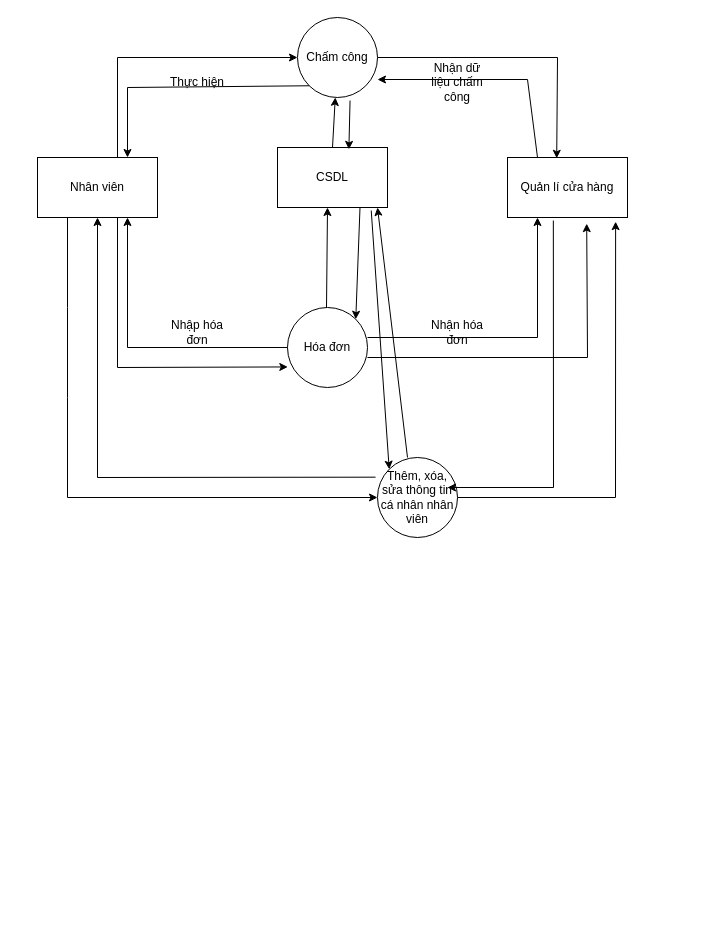
VanTruongPTITHCM2002/DoAnJava keeps this draw.io diagram as Biểu đồ không có tiêu đề.drawio. Above is the earlier version. Source tidied: cells renumbered, new cells numbered last; positions are measured from the earlier drawing's top-left corner, leaving out a move shared by most shapes. Both pictures are drawn from the tidied source at 100%, with x=0, y=0 at pixel (37, 17).
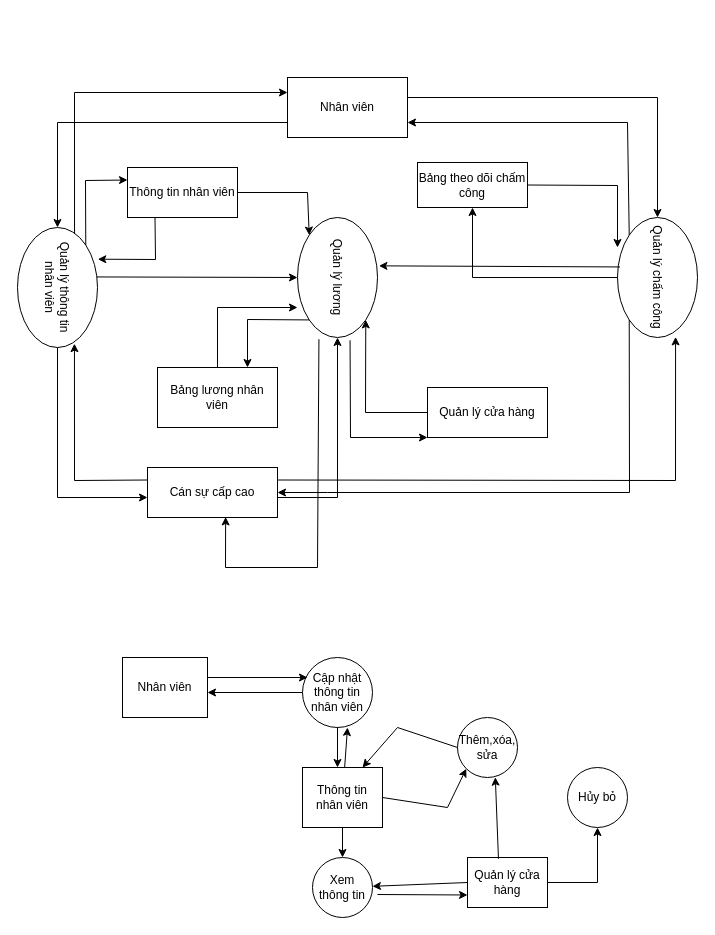
The same page after the edit.

Commit message:
Cập nhật Biểu đồ không có tiêu đề.drawio

What changed in the source:
```diff
@@
-    <mxCell id="2" value="Nhân viên" style="rounded=0;whiteSpace=wrap;html=1;" parent="1" vertex="1">
-      <mxGeometry y="140" width="120" height="60" as="geometry" />
-    </mxCell>
-    <mxCell id="3" value="Quản lí cửa hàng" style="rounded=0;whiteSpace=wrap;html=1;" parent="1" vertex="1">
-      <mxGeometry x="470" y="140" width="120" height="60" as="geometry" />
-    </mxCell>
-    <mxCell id="4" value="Hóa đơn" style="ellipse;whiteSpace=wrap;html=1;" parent="1" vertex="1">
-      <mxGeometry x="250" y="290" width="80" height="80" as="geometry" />
-    </mxCell>
-    <mxCell id="5" style="endArrow=classic;html=1;rounded=0;entryX=0.004;entryY=0.743;entryDx=0;entryDy=0;entryPerimeter=0;" parent="1" edge="1" target="4">
-      <mxGeometry relative="1" as="geometry">
-        <mxPoint x="80" y="200" as="sourcePoint" />
-        <Array as="points">
-          <mxPoint x="80" y="350" />
-        </Array>
-      </mxGeometry>
-    </mxCell>
-    <mxCell id="6" value="Nhập hóa đơn" style="text;html=1;strokeColor=none;fillColor=none;align=center;verticalAlign=middle;whiteSpace=wrap;rounded=0;" parent="1" vertex="1">
-      <mxGeometry x="130" y="300" width="60" height="30" as="geometry" />
-    </mxCell>
-    <mxCell id="7" value="CSDL" style="rounded=0;whiteSpace=wrap;html=1;" parent="1" vertex="1">
-      <mxGeometry x="240" y="130" width="110" height="60" as="geometry" />
-    </mxCell>
-    <mxCell id="8" style="endArrow=classic;html=1;rounded=0;" parent="1" edge="1">
-      <mxGeometry relative="1" as="geometry">
-        <mxPoint x="289" y="290" as="sourcePoint" />
-        <mxPoint x="290" y="190" as="targetPoint" />
-      </mxGeometry>
-    </mxCell>
-    <mxCell id="9" style="endArrow=classic;html=1;rounded=0;entryX=1;entryY=0;entryDx=0;entryDy=0;exitX=0.75;exitY=1;exitDx=0;exitDy=0;" parent="1" edge="1" source="7" target="4">
-      <mxGeometry relative="1" as="geometry" />
-    </mxCell>
-    <mxCell id="10" style="endArrow=classic;html=1;rounded=0;entryX=0.66;entryY=1.102;entryDx=0;entryDy=0;entryPerimeter=0;" parent="1" edge="1" target="3">
-      <mxGeometry relative="1" as="geometry">
-        <mxPoint x="330" y="340" as="sourcePoint" />
-        <Array as="points">
-          <mxPoint x="550" y="340" />
-        </Array>
-      </mxGeometry>
-    </mxCell>
-    <mxCell id="11" value="Nhận hóa đơn" style="text;html=1;strokeColor=none;fillColor=none;align=center;verticalAlign=middle;whiteSpace=wrap;rounded=0;" parent="1" vertex="1">
-      <mxGeometry x="390" y="300" width="60" height="30" as="geometry" />
-    </mxCell>
-    <mxCell id="12" style="endArrow=classic;html=1;rounded=0;entryX=0;entryY=0.5;entryDx=0;entryDy=0;" parent="1" edge="1" target="13">
-      <mxGeometry relative="1" as="geometry">
-        <mxPoint x="80" y="140" as="sourcePoint" />
-        <Array as="points">
-          <mxPoint x="80" y="40" />
-        </Array>
-      </mxGeometry>
-    </mxCell>
-    <mxCell id="13" value="Chấm công" style="ellipse;whiteSpace=wrap;html=1;" parent="1" vertex="1">
-      <mxGeometry x="260" width="80" height="80" as="geometry" />
-    </mxCell>
-    <mxCell id="14" value="Thực hiện" style="text;html=1;strokeColor=none;fillColor=none;align=center;verticalAlign=middle;whiteSpace=wrap;rounded=0;" parent="1" vertex="1">
-      <mxGeometry x="130" y="50" width="60" height="30" as="geometry" />
-    </mxCell>
-    <mxCell id="15" style="endArrow=classic;html=1;rounded=0;exitX=0.657;exitY=1.038;exitDx=0;exitDy=0;exitPerimeter=0;entryX=0.649;entryY=0.031;entryDx=0;entryDy=0;entryPerimeter=0;" parent="1" edge="1" source="13" target="7">
-      <mxGeometry relative="1" as="geometry" />
-    </mxCell>
-    <mxCell id="16" style="endArrow=classic;html=1;rounded=0;exitX=0.5;exitY=0;exitDx=0;exitDy=0;" parent="1" edge="1" source="7" target="13">
-      <mxGeometry relative="1" as="geometry" />
-    </mxCell>
-    <mxCell id="17" style="endArrow=classic;html=1;rounded=0;entryX=0.41;entryY=0.013;entryDx=0;entryDy=0;entryPerimeter=0;exitX=1;exitY=0.5;exitDx=0;exitDy=0;" parent="1" edge="1" source="13" target="3">
-      <mxGeometry relative="1" as="geometry">
-        <Array as="points">
-          <mxPoint x="340" y="40" />
-          <mxPoint x="520" y="40" />
-        </Array>
-      </mxGeometry>
-    </mxCell>
-    <mxCell id="18" value="Nhận dữ liệu chấm công" style="text;html=1;strokeColor=none;fillColor=none;align=center;verticalAlign=middle;whiteSpace=wrap;rounded=0;" parent="1" vertex="1">
-      <mxGeometry x="390" y="50" width="60" height="30" as="geometry" />
-    </mxCell>
-    <mxCell id="19" style="endArrow=classic;html=1;rounded=0;entryX=0;entryY=0.5;entryDx=0;entryDy=0;" parent="1" edge="1" target="22">
-      <mxGeometry relative="1" as="geometry">
-        <mxPoint x="30" y="200" as="sourcePoint" />
-        <Array as="points">
-          <mxPoint x="30" y="290" />
-          <mxPoint x="30" y="380" />
-          <mxPoint x="30" y="480" />
-        </Array>
-      </mxGeometry>
-    </mxCell>
-    <mxCell id="20" style="endArrow=classic;html=1;rounded=0;exitX=0;exitY=0.5;exitDx=0;exitDy=0;entryX=0.75;entryY=1;entryDx=0;entryDy=0;" parent="1" edge="1" source="4" target="2">
-      <mxGeometry relative="1" as="geometry">
-        <Array as="points">
-          <mxPoint x="90" y="330" />
-        </Array>
-      </mxGeometry>
-    </mxCell>
-    <mxCell id="21" style="endArrow=classic;html=1;rounded=0;entryX=0.25;entryY=1;entryDx=0;entryDy=0;" parent="1" edge="1" target="3">
-      <mxGeometry relative="1" as="geometry">
-        <mxPoint x="330" y="320" as="sourcePoint" />
-        <Array as="points">
-          <mxPoint x="500" y="320" />
-        </Array>
-      </mxGeometry>
-    </mxCell>
-    <mxCell id="22" value="Thêm, xóa, sửa thông tin cá nhân nhân viên" style="ellipse;whiteSpace=wrap;html=1;" parent="1" vertex="1">
-      <mxGeometry x="340" y="440" width="80" height="80" as="geometry" />
-    </mxCell>
-    <mxCell id="23" style="endArrow=classic;html=1;rounded=0;" parent="1" edge="1">
-      <mxGeometry relative="1" as="geometry">
-        <mxPoint x="370" y="440" as="sourcePoint" />
-        <mxPoint x="340" y="190" as="targetPoint" />
-      </mxGeometry>
-    </mxCell>
-    <mxCell id="24" style="endArrow=classic;html=1;rounded=0;entryX=0.75;entryY=0;entryDx=0;entryDy=0;exitX=0;exitY=1;exitDx=0;exitDy=0;" parent="1" edge="1" source="13" target="2">
-      <mxGeometry relative="1" as="geometry">
-        <Array as="points">
-          <mxPoint x="90" y="70" />
-        </Array>
-      </mxGeometry>
-    </mxCell>
-    <mxCell id="25" style="endArrow=classic;html=1;rounded=0;exitX=0.25;exitY=0;exitDx=0;exitDy=0;" parent="1" edge="1" source="3">
-      <mxGeometry relative="1" as="geometry">
-        <mxPoint x="340" y="62" as="targetPoint" />
-        <Array as="points">
-          <mxPoint x="490" y="62" />
-        </Array>
-      </mxGeometry>
-    </mxCell>
-    <mxCell id="26" style="endArrow=classic;html=1;rounded=0;exitX=1;exitY=0.5;exitDx=0;exitDy=0;entryX=0.901;entryY=1.069;entryDx=0;entryDy=0;entryPerimeter=0;" parent="1" edge="1" source="22" target="3">
-      <mxGeometry relative="1" as="geometry">
-        <Array as="points">
-          <mxPoint x="578" y="480" />
-        </Array>
-      </mxGeometry>
-    </mxCell>
-    <mxCell id="27" style="endArrow=classic;html=1;rounded=0;exitX=0.852;exitY=1.05;exitDx=0;exitDy=0;exitPerimeter=0;entryX=0;entryY=0;entryDx=0;entryDy=0;" parent="1" edge="1" source="7" target="22">
-      <mxGeometry relative="1" as="geometry" />
-    </mxCell>
-    <mxCell id="28" style="endArrow=classic;html=1;rounded=0;exitX=-0.024;exitY=0.246;exitDx=0;exitDy=0;exitPerimeter=0;entryX=0.5;entryY=1;entryDx=0;entryDy=0;" parent="1" edge="1" source="22" target="2">
-      <mxGeometry relative="1" as="geometry">
-        <Array as="points">
-          <mxPoint x="60" y="460" />
-        </Array>
-      </mxGeometry>
-    </mxCell>
-    <mxCell id="29" style="endArrow=classic;html=1;rounded=0;exitX=0.382;exitY=1.05;exitDx=0;exitDy=0;exitPerimeter=0;entryX=0.875;entryY=0.375;entryDx=0;entryDy=0;entryPerimeter=0;" parent="1" edge="1" source="3" target="22">
-      <mxGeometry relative="1" as="geometry">
-        <Array as="points">
-          <mxPoint x="516" y="470" />
-        </Array>
-      </mxGeometry>
-    </mxCell>
+    <mxCell id="30" value="Nhân viên" style="rounded=0;whiteSpace=wrap;html=1;" parent="1" vertex="1">
+      <mxGeometry x="250" y="60" width="120" height="60" as="geometry" />
+    </mxCell>
+    <mxCell id="31" style="endArrow=classic;html=1;rounded=0;exitX=0;exitY=0.75;exitDx=0;exitDy=0;" parent="1" edge="1" source="30">
+      <mxGeometry relative="1" as="geometry">
+        <mxPoint x="20" y="210" as="targetPoint" />
+        <Array as="points">
+          <mxPoint x="20" y="105" />
+        </Array>
+      </mxGeometry>
+    </mxCell>
+    <mxCell id="32" value="Quản lý thông tin nhân viên" style="ellipse;whiteSpace=wrap;html=1;rotation=90;" parent="1" vertex="1">
+      <mxGeometry x="-40" y="230" width="120" height="80" as="geometry" />
+    </mxCell>
+    <mxCell id="33" style="endArrow=classic;html=1;rounded=0;exitX=1;exitY=0.5;exitDx=0;exitDy=0;" parent="1" edge="1" source="32">
+      <mxGeometry relative="1" as="geometry">
+        <mxPoint x="110" y="480" as="targetPoint" />
+        <Array as="points">
+          <mxPoint x="20" y="480" />
+        </Array>
+      </mxGeometry>
+    </mxCell>
+    <mxCell id="34" value="Cán sự cấp cao" style="rounded=0;whiteSpace=wrap;html=1;" parent="1" vertex="1">
+      <mxGeometry x="110" y="450" width="130" height="50" as="geometry" />
+    </mxCell>
+    <mxCell id="35" value="Quản lý lương" style="ellipse;whiteSpace=wrap;html=1;rotation=90;" parent="1" vertex="1">
+      <mxGeometry x="240" y="220" width="120" height="80" as="geometry" />
+    </mxCell>
+    <mxCell id="36" style="endArrow=classic;html=1;rounded=0;entryX=1;entryY=0.5;entryDx=0;entryDy=0;" parent="1" edge="1" target="35">
+      <mxGeometry relative="1" as="geometry">
+        <mxPoint x="240" y="480" as="sourcePoint" />
+        <Array as="points">
+          <mxPoint x="280" y="480" />
+          <mxPoint x="300" y="480" />
+        </Array>
+      </mxGeometry>
+    </mxCell>
+    <mxCell id="37" style="endArrow=classic;html=1;rounded=0;exitX=0;exitY=0.25;exitDx=0;exitDy=0;entryX=0.968;entryY=0.288;entryDx=0;entryDy=0;entryPerimeter=0;" parent="1" edge="1" source="34" target="32">
+      <mxGeometry relative="1" as="geometry">
+        <Array as="points">
+          <mxPoint x="37" y="463" />
+        </Array>
+      </mxGeometry>
+    </mxCell>
+    <mxCell id="38" style="endArrow=classic;html=1;rounded=0;exitX=0.412;exitY=0.01;exitDx=0;exitDy=0;entryX=0.5;entryY=1;entryDx=0;entryDy=0;exitPerimeter=0;" parent="1" edge="1" source="32" target="35">
+      <mxGeometry relative="1" as="geometry" />
+    </mxCell>
+    <mxCell id="39" value="Thông tin nhân viên" style="rounded=0;whiteSpace=wrap;html=1;" parent="1" vertex="1">
+      <mxGeometry x="90" y="150" width="110" height="50" as="geometry" />
+    </mxCell>
+    <mxCell id="40" style="endArrow=classic;html=1;rounded=0;exitX=0;exitY=0;exitDx=0;exitDy=0;entryX=0;entryY=0.25;entryDx=0;entryDy=0;" parent="1" edge="1" source="32" target="39">
+      <mxGeometry relative="1" as="geometry">
+        <Array as="points">
+          <mxPoint x="48" y="163" />
+        </Array>
+      </mxGeometry>
+    </mxCell>
+    <mxCell id="41" style="endArrow=classic;html=1;rounded=0;exitX=0.25;exitY=1;exitDx=0;exitDy=0;entryX=0.264;entryY=-0.004;entryDx=0;entryDy=0;entryPerimeter=0;" parent="1" edge="1" source="39" target="32">
+      <mxGeometry relative="1" as="geometry">
+        <Array as="points">
+          <mxPoint x="118" y="242" />
+        </Array>
+      </mxGeometry>
+    </mxCell>
+    <mxCell id="42" style="endArrow=classic;html=1;rounded=0;exitX=1;exitY=0.5;exitDx=0;exitDy=0;entryX=0;entryY=1;entryDx=0;entryDy=0;" parent="1" edge="1" source="39" target="35">
+      <mxGeometry relative="1" as="geometry">
+        <Array as="points">
+          <mxPoint x="270" y="175" />
+        </Array>
+      </mxGeometry>
+    </mxCell>
+    <mxCell id="43" style="endArrow=classic;html=1;rounded=0;exitX=0.051;exitY=0.287;exitDx=0;exitDy=0;exitPerimeter=0;entryX=0;entryY=0.25;entryDx=0;entryDy=0;" parent="1" edge="1" source="32" target="30">
+      <mxGeometry relative="1" as="geometry">
+        <Array as="points">
+          <mxPoint x="37" y="75" />
+        </Array>
+      </mxGeometry>
+    </mxCell>
+    <mxCell id="44" value="Quản lý cửa hàng" style="rounded=0;whiteSpace=wrap;html=1;" parent="1" vertex="1">
+      <mxGeometry x="390" y="370" width="120" height="50" as="geometry" />
+    </mxCell>
+    <mxCell id="45" style="endArrow=classic;html=1;rounded=0;exitX=0;exitY=0.5;exitDx=0;exitDy=0;entryX=1;entryY=0;entryDx=0;entryDy=0;" parent="1" edge="1" source="44" target="35">
+      <mxGeometry relative="1" as="geometry">
+        <Array as="points">
+          <mxPoint x="328" y="395" />
+        </Array>
+      </mxGeometry>
+    </mxCell>
+    <mxCell id="46" style="endArrow=classic;html=1;rounded=0;exitX=1.023;exitY=0.343;exitDx=0;exitDy=0;exitPerimeter=0;entryX=0;entryY=1;entryDx=0;entryDy=0;" parent="1" edge="1" source="35" target="44">
+      <mxGeometry relative="1" as="geometry">
+        <Array as="points">
+          <mxPoint x="313" y="420" />
+        </Array>
+      </mxGeometry>
+    </mxCell>
+    <mxCell id="47" value="Quản lý chấm công&lt;br&gt;" style="ellipse;whiteSpace=wrap;html=1;rotation=90;" parent="1" vertex="1">
+      <mxGeometry x="560" y="220" width="120" height="80" as="geometry" />
+    </mxCell>
+    <mxCell id="48" style="endArrow=classic;html=1;rounded=0;entryX=0;entryY=0.5;entryDx=0;entryDy=0;" parent="1" edge="1" target="47">
+      <mxGeometry relative="1" as="geometry">
+        <mxPoint x="370" y="80" as="sourcePoint" />
+        <Array as="points">
+          <mxPoint x="620" y="80" />
+        </Array>
+      </mxGeometry>
+    </mxCell>
+    <mxCell id="49" style="endArrow=classic;html=1;rounded=0;exitX=0;exitY=1;exitDx=0;exitDy=0;entryX=1;entryY=0.75;entryDx=0;entryDy=0;" parent="1" edge="1" source="47" target="30">
+      <mxGeometry relative="1" as="geometry">
+        <Array as="points">
+          <mxPoint x="590" y="105" />
+        </Array>
+      </mxGeometry>
+    </mxCell>
+    <mxCell id="50" style="endArrow=classic;html=1;rounded=0;exitX=1;exitY=0.25;exitDx=0;exitDy=0;entryX=0.995;entryY=0.274;entryDx=0;entryDy=0;entryPerimeter=0;" parent="1" edge="1" source="34" target="47">
+      <mxGeometry relative="1" as="geometry">
+        <Array as="points">
+          <mxPoint x="638" y="463" />
+        </Array>
+      </mxGeometry>
+    </mxCell>
+    <mxCell id="51" style="endArrow=classic;html=1;rounded=0;exitX=1;exitY=1;exitDx=0;exitDy=0;entryX=1;entryY=0.5;entryDx=0;entryDy=0;" parent="1" edge="1" source="47" target="34">
+      <mxGeometry relative="1" as="geometry">
+        <Array as="points">
+          <mxPoint x="592" y="475" />
+          <mxPoint x="290" y="475" />
+        </Array>
+      </mxGeometry>
+    </mxCell>
+    <mxCell id="52" style="endArrow=classic;html=1;rounded=0;exitX=0.412;exitY=0.968;exitDx=0;exitDy=0;exitPerimeter=0;entryX=0.403;entryY=-0.018;entryDx=0;entryDy=0;entryPerimeter=0;" parent="1" edge="1" source="47" target="35">
+      <mxGeometry relative="1" as="geometry" />
+    </mxCell>
+    <mxCell id="53" value="Bảng lương nhân viên" style="rounded=0;whiteSpace=wrap;html=1;" parent="1" vertex="1">
+      <mxGeometry x="120" y="350" width="120" height="60" as="geometry" />
+    </mxCell>
+    <mxCell id="54" style="endArrow=classic;html=1;rounded=0;exitX=0.5;exitY=0;exitDx=0;exitDy=0;" parent="1" edge="1" source="53">
+      <mxGeometry relative="1" as="geometry">
+        <mxPoint x="260" y="290" as="targetPoint" />
+        <Array as="points">
+          <mxPoint x="180" y="290" />
+        </Array>
+      </mxGeometry>
+    </mxCell>
+    <mxCell id="55" style="endArrow=classic;html=1;rounded=0;exitX=1.014;exitY=0.732;exitDx=0;exitDy=0;exitPerimeter=0;entryX=0.601;entryY=0.989;entryDx=0;entryDy=0;entryPerimeter=0;" parent="1" edge="1" source="35" target="34">
+      <mxGeometry relative="1" as="geometry">
+        <Array as="points">
+          <mxPoint x="280" y="550" />
+          <mxPoint x="188" y="550" />
+        </Array>
+      </mxGeometry>
+    </mxCell>
+    <mxCell id="56" style="endArrow=classic;html=1;rounded=0;exitX=1;exitY=1;exitDx=0;exitDy=0;entryX=0.75;entryY=0;entryDx=0;entryDy=0;" parent="1" edge="1" source="35" target="53">
+      <mxGeometry relative="1" as="geometry">
+        <Array as="points">
+          <mxPoint x="210" y="302" />
+        </Array>
+      </mxGeometry>
+    </mxCell>
+    <mxCell id="57" value="Bảng theo dõi chấm công" style="rounded=0;whiteSpace=wrap;html=1;" parent="1" vertex="1">
+      <mxGeometry x="380" y="145" width="110" height="45" as="geometry" />
+    </mxCell>
+    <mxCell id="58" style="endArrow=classic;html=1;rounded=0;exitX=1;exitY=0.5;exitDx=0;exitDy=0;" parent="1" edge="1" source="57">
+      <mxGeometry relative="1" as="geometry">
+        <mxPoint x="580" y="230" as="targetPoint" />
+        <Array as="points">
+          <mxPoint x="580" y="168" />
+        </Array>
+      </mxGeometry>
+    </mxCell>
+    <mxCell id="59" style="endArrow=classic;html=1;rounded=0;exitX=0.5;exitY=1;exitDx=0;exitDy=0;entryX=0.5;entryY=1;entryDx=0;entryDy=0;" parent="1" edge="1" source="47" target="57">
+      <mxGeometry relative="1" as="geometry">
+        <Array as="points">
+          <mxPoint x="435" y="260" />
+        </Array>
+      </mxGeometry>
+    </mxCell>
+    <mxCell id="60" value="Nhân viên" style="rounded=0;whiteSpace=wrap;html=1;" parent="1" vertex="1">
+      <mxGeometry x="85" y="640" width="85" height="60" as="geometry" />
+    </mxCell>
+    <mxCell id="61" value="Cập nhật thông tin nhân viên" style="ellipse;whiteSpace=wrap;html=1;" parent="1" vertex="1">
+      <mxGeometry x="265" y="640" width="70" height="70" as="geometry" />
+    </mxCell>
+    <mxCell id="62" style="endArrow=classic;html=1;rounded=0;" parent="1" edge="1">
+      <mxGeometry relative="1" as="geometry">
+        <mxPoint x="170" y="660" as="sourcePoint" />
+        <mxPoint x="270" y="660" as="targetPoint" />
+      </mxGeometry>
+    </mxCell>
+    <mxCell id="63" style="endArrow=classic;html=1;rounded=0;exitX=0;exitY=0.5;exitDx=0;exitDy=0;" parent="1" edge="1" source="61">
+      <mxGeometry relative="1" as="geometry">
+        <mxPoint x="170" y="675" as="targetPoint" />
+      </mxGeometry>
+    </mxCell>
+    <mxCell id="64" value="Thông tin nhân viên" style="rounded=0;whiteSpace=wrap;html=1;" parent="1" vertex="1">
+      <mxGeometry x="265" y="750" width="80" height="60" as="geometry" />
+    </mxCell>
+    <mxCell id="65" style="endArrow=classic;html=1;rounded=0;exitX=0.5;exitY=1;exitDx=0;exitDy=0;" parent="1" edge="1" source="61">
+      <mxGeometry relative="1" as="geometry">
+        <mxPoint x="300" y="750" as="targetPoint" />
+      </mxGeometry>
+    </mxCell>
+    <mxCell id="66" style="endArrow=classic;html=1;rounded=0;" parent="1" edge="1" source="64">
+      <mxGeometry relative="1" as="geometry">
+        <mxPoint x="310" y="710" as="targetPoint" />
+        <Array as="points">
+          <mxPoint x="310" y="710" />
+        </Array>
+      </mxGeometry>
+    </mxCell>
+    <mxCell id="67" value="Xem thông tin" style="ellipse;whiteSpace=wrap;html=1;" parent="1" vertex="1">
+      <mxGeometry x="275" y="840" width="60" height="60" as="geometry" />
+    </mxCell>
+    <mxCell id="68" style="endArrow=classic;html=1;rounded=0;exitX=0.5;exitY=1;exitDx=0;exitDy=0;entryX=0.5;entryY=0;entryDx=0;entryDy=0;" parent="1" edge="1" source="64" target="67">
+      <mxGeometry relative="1" as="geometry" />
+    </mxCell>
+    <mxCell id="69" value="Quản lý cửa hàng" style="rounded=0;whiteSpace=wrap;html=1;" parent="1" vertex="1">
+      <mxGeometry x="430" y="840" width="80" height="50" as="geometry" />
+    </mxCell>
+    <mxCell id="70" style="endArrow=classic;html=1;rounded=0;entryX=0;entryY=0.75;entryDx=0;entryDy=0;" parent="1" edge="1" target="69">
+      <mxGeometry relative="1" as="geometry">
+        <mxPoint x="340" y="877" as="sourcePoint" />
+      </mxGeometry>
+    </mxCell>
+    <mxCell id="71" style="endArrow=classic;html=1;rounded=0;exitX=0;exitY=0.5;exitDx=0;exitDy=0;" parent="1" edge="1" source="69" target="67">
+      <mxGeometry relative="1" as="geometry" />
+    </mxCell>
+    <mxCell id="72" value="Thêm,xóa, sửa" style="ellipse;whiteSpace=wrap;html=1;" parent="1" vertex="1">
+      <mxGeometry x="420" y="700" width="60" height="60" as="geometry" />
+    </mxCell>
+    <mxCell id="73" style="endArrow=classic;html=1;rounded=0;exitX=0;exitY=0.5;exitDx=0;exitDy=0;entryX=0.75;entryY=0;entryDx=0;entryDy=0;" parent="1" edge="1" source="72" target="64">
+      <mxGeometry relative="1" as="geometry">
+        <Array as="points">
+          <mxPoint x="360" y="710" />
+        </Array>
+      </mxGeometry>
+    </mxCell>
+    <mxCell id="74" style="endArrow=classic;html=1;rounded=0;exitX=1;exitY=0.5;exitDx=0;exitDy=0;entryX=0;entryY=1;entryDx=0;entryDy=0;" parent="1" edge="1" source="64" target="72">
+      <mxGeometry relative="1" as="geometry">
+        <Array as="points">
+          <mxPoint x="410" y="790" />
+        </Array>
+      </mxGeometry>
+    </mxCell>
+    <mxCell id="75" style="endArrow=classic;html=1;rounded=0;exitX=0.387;exitY=0.026;exitDx=0;exitDy=0;exitPerimeter=0;entryX=0.63;entryY=0.995;entryDx=0;entryDy=0;entryPerimeter=0;" parent="1" edge="1" source="69" target="72">
+      <mxGeometry relative="1" as="geometry" />
+    </mxCell>
+    <mxCell id="76" value="Hủy bỏ" style="ellipse;whiteSpace=wrap;html=1;" parent="1" vertex="1">
+      <mxGeometry x="530" y="750" width="60" height="60" as="geometry" />
+    </mxCell>
+    <mxCell id="77" style="endArrow=classic;html=1;rounded=0;exitX=1;exitY=0.5;exitDx=0;exitDy=0;" parent="1" edge="1" source="69" target="76">
+      <mxGeometry relative="1" as="geometry">
+        <Array as="points">
+          <mxPoint x="560" y="865" />
+        </Array>
+      </mxGeometry>
+    </mxCell>
```
